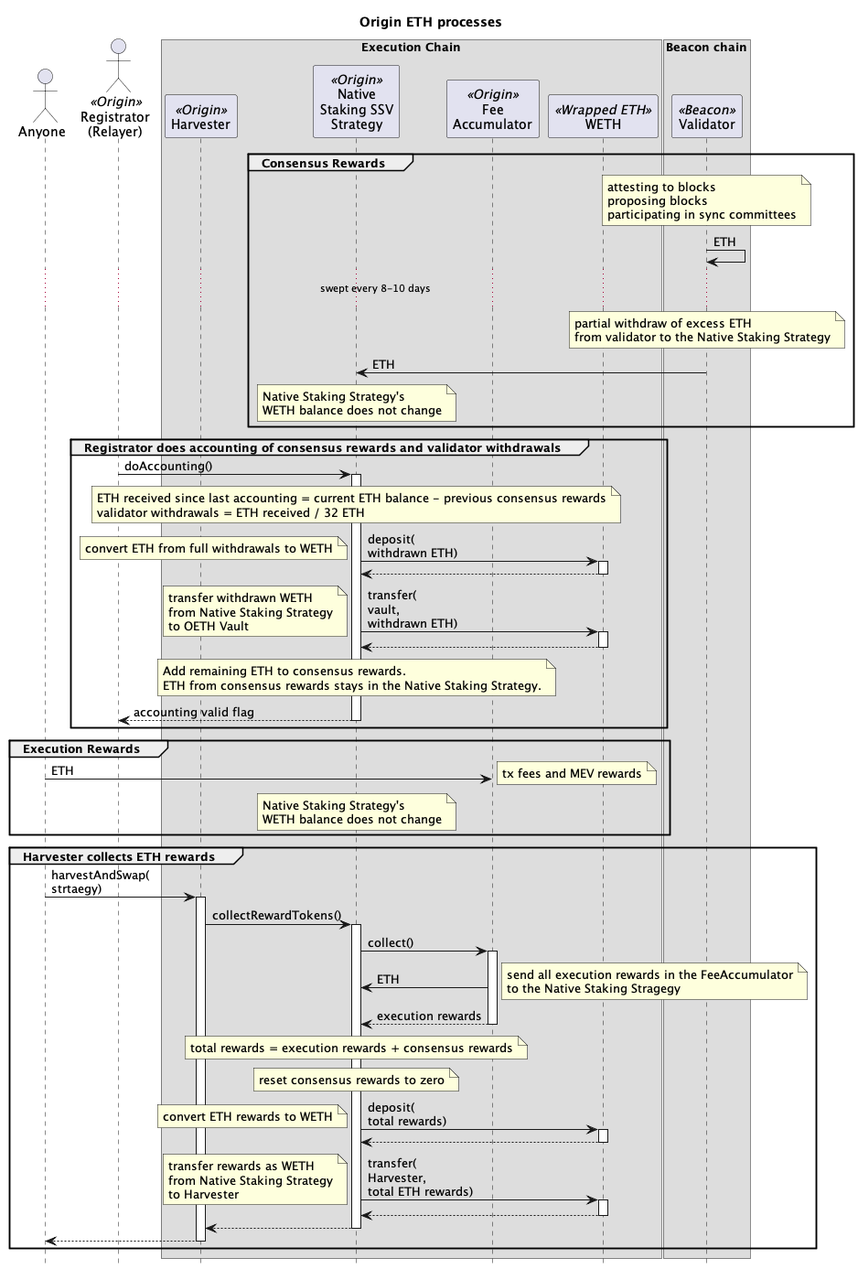
The PlantUML diagram contracts/docs/plantuml/oethProcesses-rewards.png in OriginProtocol/origin-dollar, before a commit.
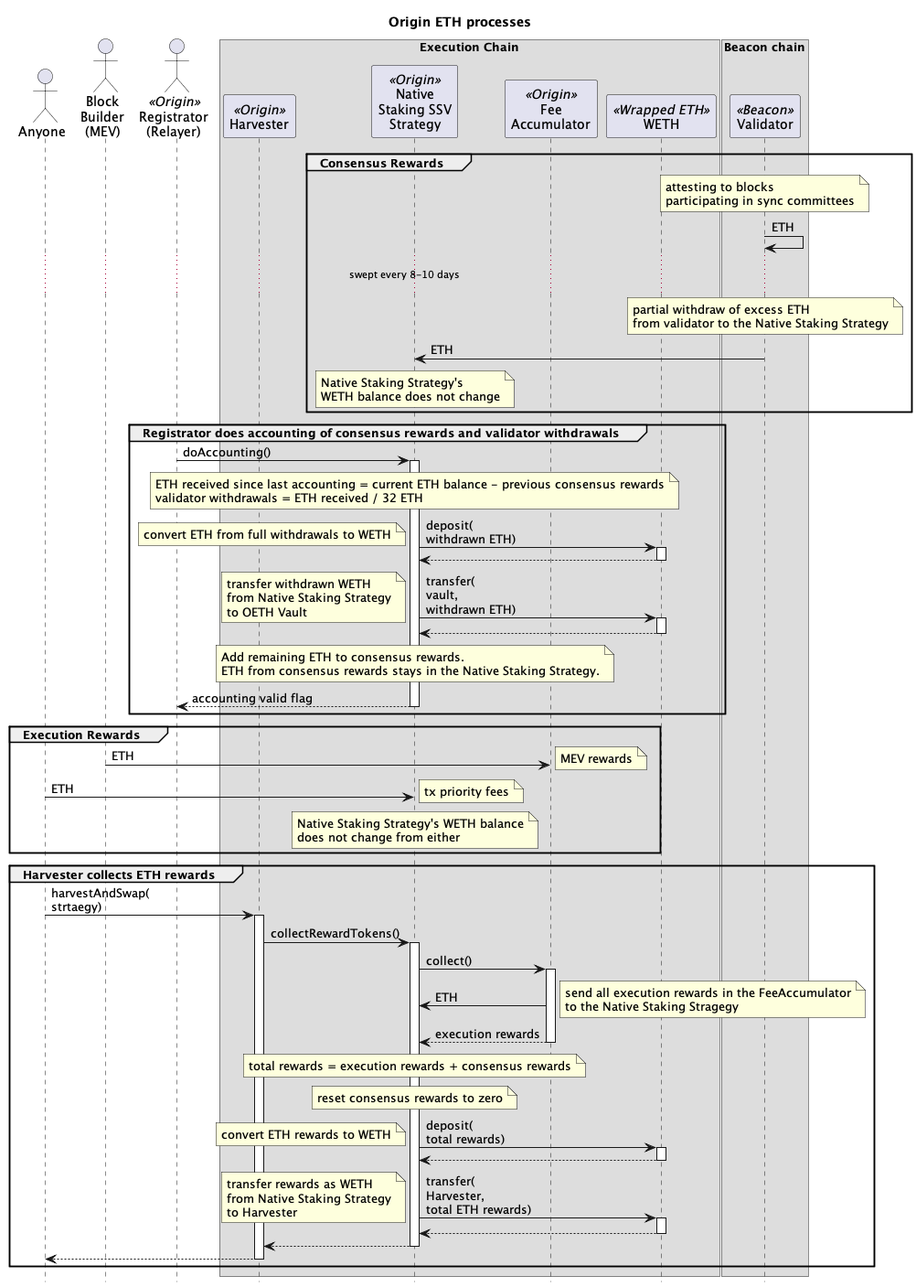
The same file after the commit.

Commit message:
Updated OETH process diagrams

What changed in the source:
```diff
@@ -6,6 +6,7 @@
 title "Origin ETH processes"
 
 actor "Anyone" as sender
+actor "Block\nBuilder\n(MEV)" as mev
 actor "Registrator\n(Relayer)" as reg <<Origin>>
 
 box "Execution Chain"
@@ -53,11 +54,14 @@
 
 
 
+
+
+
+
 group Consensus Rewards
 
 note over val
 attesting to blocks
-proposing blocks
 participating in sync committees
 end note
 val -> val : ETH
@@ -111,10 +115,13 @@
 
 group Execution Rewards
 
-sender -> feeAccum : ETH
-note right : tx fees and MEV rewards
+mev -> feeAccum : ETH
+note right : MEV rewards
 
-note over nativeStrat : Native Staking Strategy's\nWETH balance does not change
+sender -> nativeStrat : ETH
+note right : tx priority fees
+
+note over nativeStrat : Native Staking Strategy's WETH balance\ndoes not change from either
 
 end group
 
@@ -156,5 +163,4 @@
 
 
 
-
 @enduml
```
